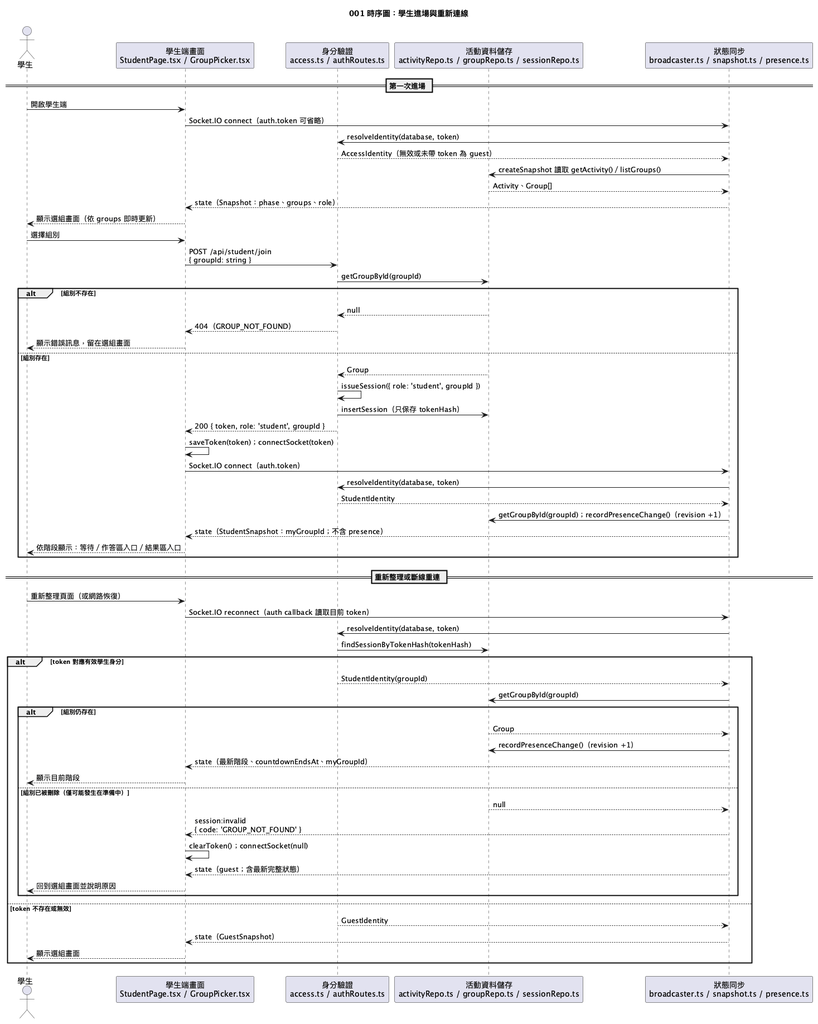
Earlier version of the PlantUML export diagrams/001-activity-session-seq-join.png (Danielweng0902/Answering-System_speckit). Its diagram source:
```plantuml
@startuml
!pragma layout smetana
title 001 時序圖：學生進場與重新連線

actor "學生" as Student
participant "學生端畫面\nStudentPage.tsx / GroupPicker.tsx" as U
participant "身分驗證\naccess.ts / authRoutes.ts" as A
participant "活動資料儲存\nactivityRepo.ts / groupRepo.ts / sessionRepo.ts" as S
participant "狀態同步\nbroadcaster.ts / snapshot.ts / presence.ts" as B

== 第一次進場 ==
Student -> U : 開啟學生端
U -> B : Socket.IO connect（auth.token 可省略）
B -> A : resolveIdentity(database, token)
A --> B : AccessIdentity（無效或未帶 token 為 guest）
B -> S : createSnapshot 讀取 getActivity()／listGroups()
S --> B : Activity、Group[]
B --> U : state（Snapshot：phase、groups、role）
U --> Student : 顯示選組畫面（依 groups 即時更新）

Student -> U : 選擇組別
U -> A : POST /api/student/join\n{ groupId: string }
A -> S : getGroupById(groupId)
alt 組別不存在
  S --> A : null
  A --> U : 404（GROUP_NOT_FOUND）
  U --> Student : 顯示錯誤訊息，留在選組畫面
else 組別存在
  S --> A : Group
  A -> A : issueSession({ role: 'student', groupId })
  A -> S : insertSession（只保存 tokenHash）
  A --> U : 200 { token, role: 'student', groupId }
  U -> U : saveToken(token)；connectSocket(token)
  U -> B : Socket.IO connect（auth.token）
  B -> A : resolveIdentity(database, token)
  A --> B : StudentIdentity
  B -> S : getGroupById(groupId)；recordPresenceChange()（revision +1）
  B --> U : state（StudentSnapshot：myGroupId；不含 presence）
  U --> Student : 依階段顯示：等待／作答區入口／結果區入口
end

== 重新整理或斷線重連 ==
Student -> U : 重新整理頁面（或網路恢復）
U -> B : Socket.IO reconnect（auth callback 讀取目前 token）
B -> A : resolveIdentity(database, token)
A -> S : findSessionByTokenHash(tokenHash)
alt token 對應有效學生身分
  A --> B : StudentIdentity(groupId)
  B -> S : getGroupById(groupId)
  alt 組別仍存在
    S --> B : Group
    B -> S : recordPresenceChange()（revision +1）
    B --> U : state（最新階段、countdownEndsAt、myGroupId）
    U --> Student : 顯示目前階段
  else 組別已被刪除（僅可能發生在準備中）
    S --> B : null
    B --> U : session:invalid\n{ code: 'GROUP_NOT_FOUND' }
    U -> U : clearToken()；connectSocket(null)
    B --> U : state（guest；含最新完整狀態）
    U --> Student : 回到選組畫面並說明原因
  end
else token 不存在或無效
  A --> B : GuestIdentity
  B --> U : state（GuestSnapshot）
  U --> Student : 顯示選組畫面
end
@enduml
```
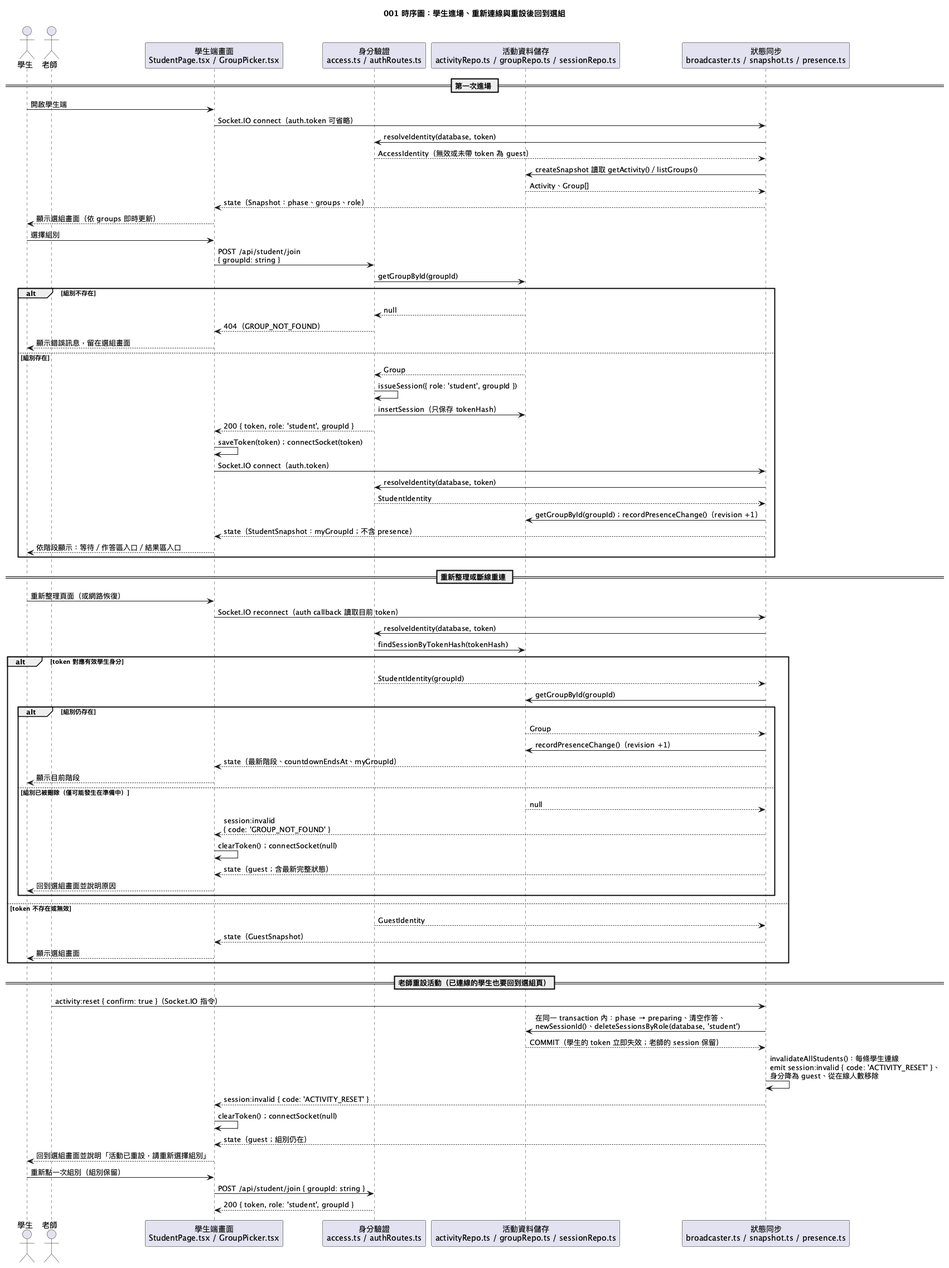
After the change.

Change to the diagram source:
```diff
@@ -1,8 +1,9 @@
 @startuml
 !pragma layout smetana
-title 001 時序圖：學生進場與重新連線
+title 001 時序圖：學生進場、重新連線與重設後回到選組
 
 actor "學生" as Student
+actor "老師" as Teacher
 participant "學生端畫面\nStudentPage.tsx / GroupPicker.tsx" as U
 participant "身分驗證\naccess.ts / authRoutes.ts" as A
 participant "活動資料儲存\nactivityRepo.ts / groupRepo.ts / sessionRepo.ts" as S
@@ -64,4 +65,17 @@
   B --> U : state（GuestSnapshot）
   U --> Student : 顯示選組畫面
 end
+
+== 老師重設活動（已連線的學生也要回到選組頁）==
+Teacher -> B : activity:reset { confirm: true }（Socket.IO 指令）
+B -> S : 在同一 transaction 內：phase → preparing、清空作答、\nnewSessionId()、deleteSessionsByRole(database, 'student')
+S --> B : COMMIT（學生的 token 立即失效；老師的 session 保留）
+B -> B : invalidateAllStudents()：每條學生連線\nemit session:invalid { code: 'ACTIVITY_RESET' }、\n身分降為 guest、從在線人數移除
+B --> U : session:invalid { code: 'ACTIVITY_RESET' }
+U -> U : clearToken()；connectSocket(null)
+B --> U : state（guest；組別仍在）
+U --> Student : 回到選組畫面並說明「活動已重設，請重新選擇組別」
+Student -> U : 重新點一次組別（組別保留）
+U -> A : POST /api/student/join { groupId: string }
+A --> U : 200 { token, role: 'student', groupId }
 @enduml
```
